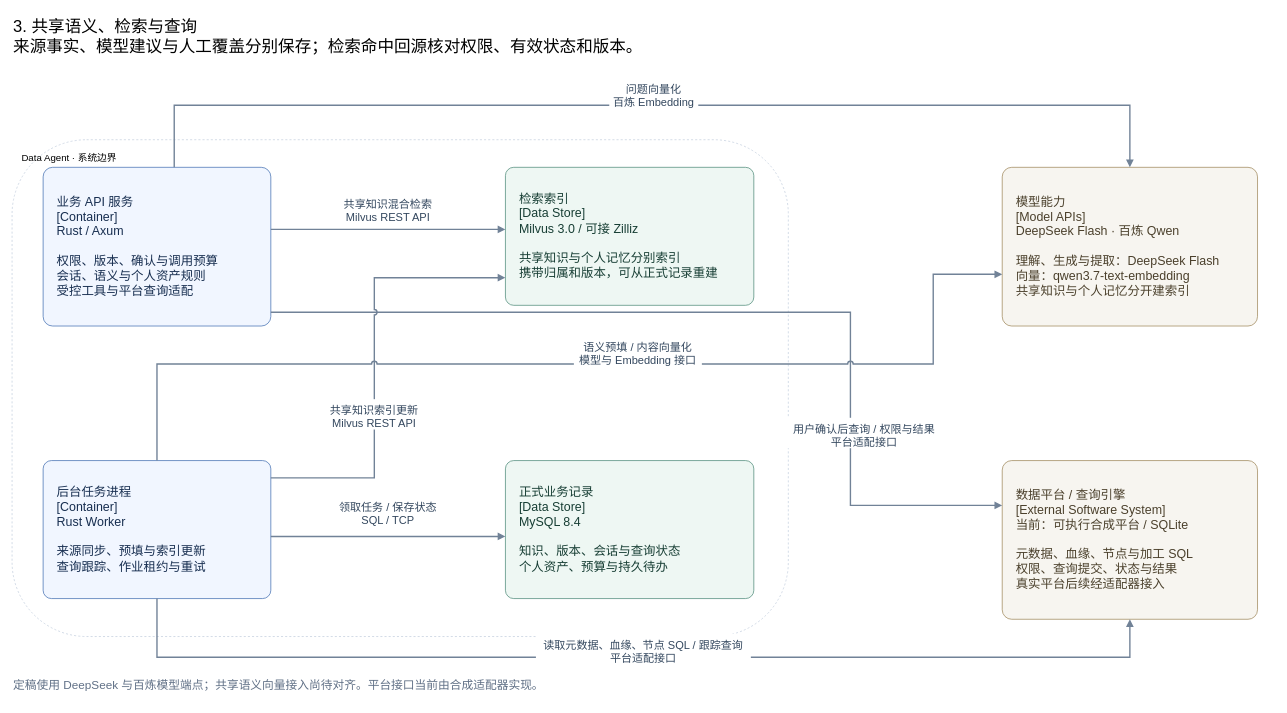
Earlier version of the draw.io diagram page "共享语义、检索与查询" (3 of 4) of docs/architecture/data-agent-c4-container.drawio (yaoziyaoguai/data_agent). Source tidied: cells renumbered, new cells numbered last; positions are measured from the earlier drawing's top-left corner, leaving out a move shared by most shapes. Both pictures are drawn from the tidied source at 69%, with x=0, y=0 at pixel (12, 12).
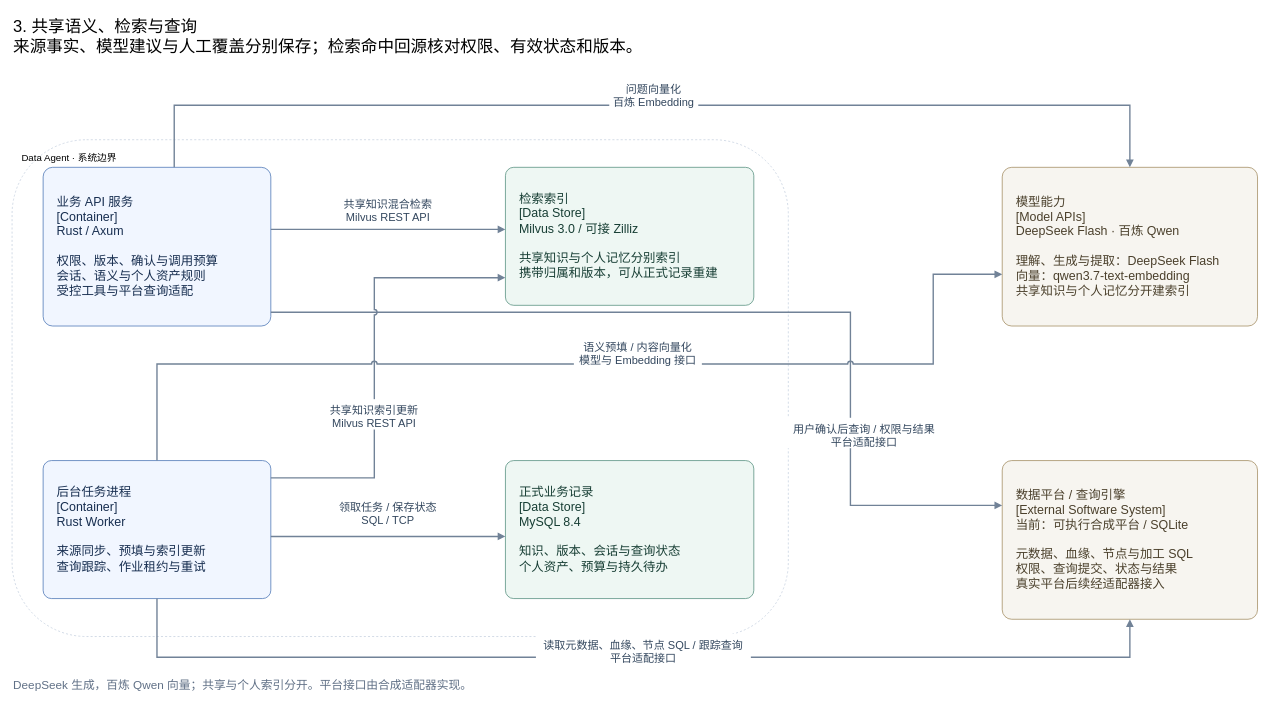
The same diagram, later.

The edit, as a diff of the source:
```diff
@@
-    <mxCell id="24" value="定稿使用 DeepSeek 与百炼模型端点；共享语义向量接入尚待对齐。平台接口当前由合成适配器实现。" style="text;html=0;align=left;fontSize=17;fontColor=#607086;fontFamily=PingFang SC;" parent="1" vertex="1">
+    <mxCell id="24" value="DeepSeek 生成，百炼 Qwen 向量；共享与个人索引分开。平台接口由合成适配器实现。" style="text;html=0;align=left;fontSize=17;fontColor=#607086;fontFamily=PingFang SC;" parent="1" vertex="1">
       <mxGeometry y="958" width="1830" height="42" as="geometry" />
     </mxCell>
```
